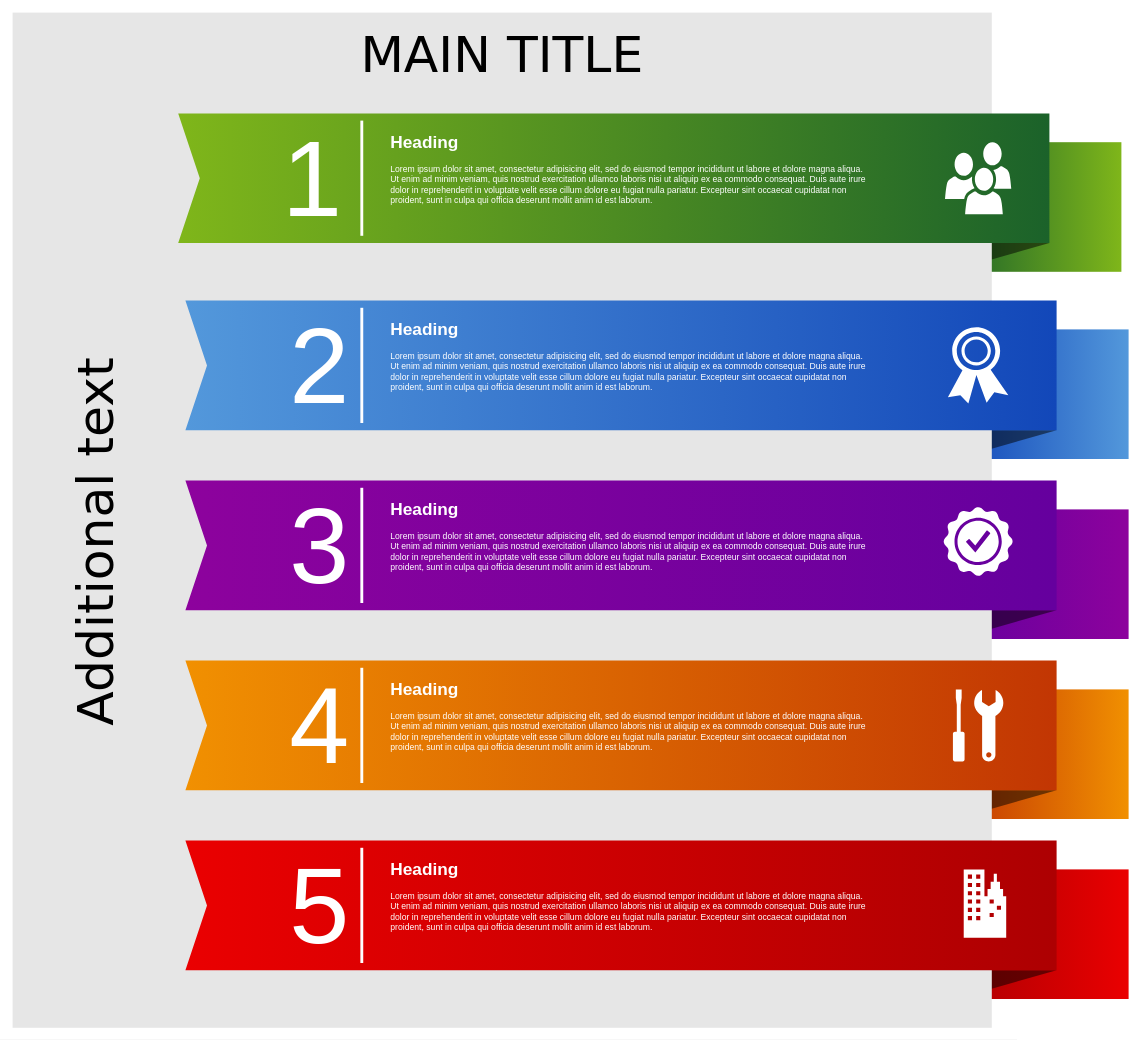
Above: Untitled Diagram.drawio in epasten/epasten (draw.io), before the change. Source tidied: cells renumbered, new cells numbered last; positions are measured from the earlier drawing's top-left corner, leaving out a move shared by most shapes. Both pictures are drawn from the tidied source at 72%, with x=0, y=0 at pixel (12, 12).
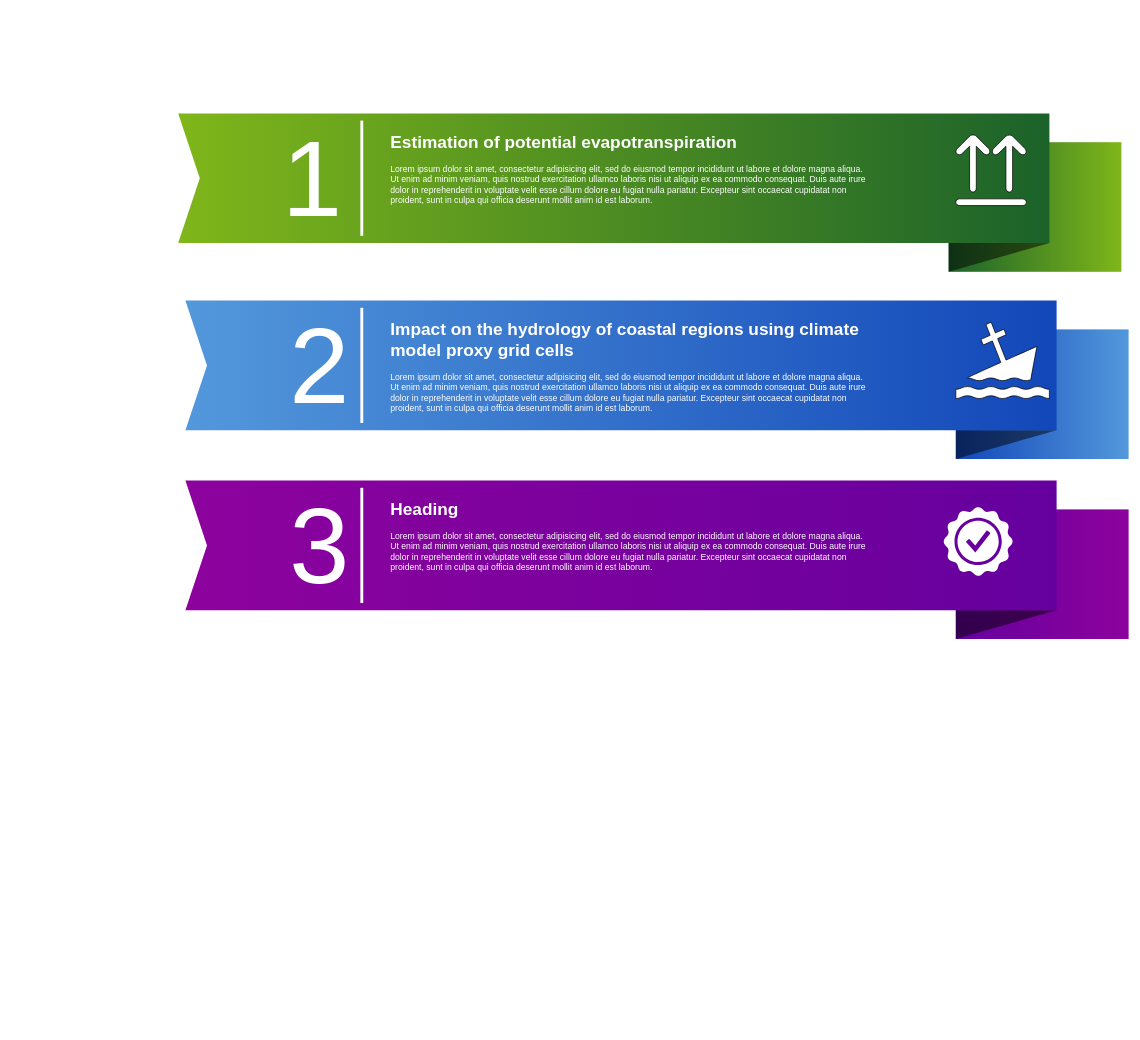
After the change.

What changed in the source:
```diff
@@
-    <mxCell id="8" style="whiteSpace=wrap;html=1;rounded=0;shadow=0;dashed=0;strokeWidth=1;fontFamily=Tahoma;fontSize=10;fontColor=#FFFFFF;strokeColor=none;fillColor=#F19001;gradientColor=#C23603;gradientDirection=west;" parent="1" vertex="1">
-      <mxGeometry x="1310" y="940" width="240" height="180" as="geometry" />
-    </mxCell>
-    <mxCell id="9" style="verticalLabelPosition=bottom;verticalAlign=top;html=1;strokeWidth=1;shape=mxgraph.basic.orthogonal_triangle;rounded=0;shadow=0;dashed=0;fontFamily=Tahoma;fontSize=10;fontColor=#FFFFFF;flipV=1;fillColor=#000000;strokeColor=none;opacity=50;" parent="1" vertex="1">
-      <mxGeometry x="1310" y="1080" width="140" height="40" as="geometry" />
-    </mxCell>
-    <mxCell id="10" style="whiteSpace=wrap;html=1;rounded=0;shadow=0;dashed=0;strokeWidth=1;fontFamily=Tahoma;fontSize=10;fontColor=#FFFFFF;strokeColor=none;fillColor=#EA0001;gradientColor=#AD0002;gradientDirection=west;" parent="1" vertex="1">
-      <mxGeometry x="1310" y="1190" width="240" height="180" as="geometry" />
-    </mxCell>
-    <mxCell id="11" style="verticalLabelPosition=bottom;verticalAlign=top;html=1;strokeWidth=1;shape=mxgraph.basic.orthogonal_triangle;rounded=0;shadow=0;dashed=0;fontFamily=Tahoma;fontSize=10;fontColor=#FFFFFF;flipV=1;fillColor=#000000;strokeColor=none;opacity=50;" parent="1" vertex="1">
-      <mxGeometry x="1310" y="1330" width="140" height="40" as="geometry" />
-    </mxCell>
-    <mxCell id="12" value="MAIN TITLE" style="whiteSpace=wrap;html=1;rounded=0;shadow=0;dashed=0;strokeWidth=1;fillColor=#E6E6E6;fontFamily=Verdana;fontSize=70;strokeColor=none;verticalAlign=top;spacingTop=10;" parent="1" vertex="1">
-      <mxGeometry width="1360" height="1410" as="geometry" />
-    </mxCell>
@@
-    <mxCell id="16" style="html=1;shadow=0;dashed=0;align=center;verticalAlign=middle;shape=mxgraph.arrows2.arrow;dy=0;dx=0;notch=30;rounded=0;strokeColor=none;strokeWidth=1;fillColor=#F19001;fontFamily=Tahoma;fontSize=10;fontColor=#FFFFFF;gradientColor=#C23603;gradientDirection=east;" parent="1" vertex="1">
-      <mxGeometry x="240" y="900" width="1210" height="180" as="geometry" />
-    </mxCell>
-    <mxCell id="17" style="html=1;shadow=0;dashed=0;align=center;verticalAlign=middle;shape=mxgraph.arrows2.arrow;dy=0;dx=0;notch=30;rounded=0;strokeColor=none;strokeWidth=1;fillColor=#EA0001;fontFamily=Tahoma;fontSize=10;fontColor=#FFFFFF;gradientColor=#AD0002;gradientDirection=east;" parent="1" vertex="1">
-      <mxGeometry x="240" y="1150" width="1210" height="180" as="geometry" />
-    </mxCell>
-    <mxCell id="18" value="Additional text" style="text;html=1;strokeColor=none;fillColor=none;align=center;verticalAlign=middle;whiteSpace=wrap;rounded=0;shadow=0;dashed=0;fontFamily=Verdana;fontSize=70;horizontal=0;" parent="1" vertex="1">
-      <mxGeometry x="50" y="140" width="130" height="1190" as="geometry" />
-    </mxCell>
@@
-    <mxCell id="22" value="4" style="text;html=1;strokeColor=none;fillColor=none;align=right;verticalAlign=middle;whiteSpace=wrap;rounded=0;shadow=0;dashed=0;fontFamily=Helvetica;fontSize=150;fontColor=#FFFFFF;" parent="1" vertex="1">
-      <mxGeometry x="270" y="900" width="200" height="180" as="geometry" />
-    </mxCell>
-    <mxCell id="23" value="5" style="text;html=1;strokeColor=none;fillColor=none;align=right;verticalAlign=middle;whiteSpace=wrap;rounded=0;shadow=0;dashed=0;fontFamily=Helvetica;fontSize=150;fontColor=#FFFFFF;" parent="1" vertex="1">
-      <mxGeometry x="270" y="1150" width="200" height="180" as="geometry" />
-    </mxCell>
@@
-    <mxCell id="27" style="line;strokeWidth=4;direction=south;html=1;rounded=0;shadow=0;dashed=0;fillColor=none;gradientColor=#AD0002;fontFamily=Helvetica;fontSize=150;fontColor=#FFFFFF;align=right;strokeColor=#FFFFFF;" parent="1" vertex="1">
-      <mxGeometry x="480" y="910" width="10" height="160" as="geometry" />
-    </mxCell>
-    <mxCell id="28" style="line;strokeWidth=4;direction=south;html=1;rounded=0;shadow=0;dashed=0;fillColor=none;gradientColor=#AD0002;fontFamily=Helvetica;fontSize=150;fontColor=#FFFFFF;align=right;strokeColor=#FFFFFF;" parent="1" vertex="1">
-      <mxGeometry x="480" y="1160" width="10" height="160" as="geometry" />
-    </mxCell>
-    <mxCell id="29" value="&lt;h1&gt;Heading&lt;/h1&gt;&lt;p&gt;L&lt;span&gt;orem ipsum dolor sit amet, consectetur adipisicing elit, sed do eiusmod tempor incididunt ut labore et dolore magna aliqua. Ut enim ad minim veniam, quis nostrud exercitation ullamco laboris nisi ut aliquip ex ea commodo consequat. Duis aute irure dolor in reprehenderit in voluptate velit esse cillum dolore eu fugiat nulla pariatur. Excepteur sint occaecat cupidatat non proident, sunt in culpa qui officia deserunt mollit anim id est laborum.&lt;/span&gt;&lt;/p&gt;" style="text;html=1;strokeColor=none;fillColor=none;spacing=5;spacingTop=-20;whiteSpace=wrap;overflow=hidden;rounded=0;shadow=0;dashed=0;fontFamily=Helvetica;fontSize=12;fontColor=#FFFFFF;align=left;" parent="1" vertex="1">
+    <mxCell id="29" value="&lt;h1&gt;Estimation of potential evapotranspiration&lt;/h1&gt;&lt;p&gt;L&lt;span&gt;orem ipsum dolor sit amet, consectetur adipisicing elit, sed do eiusmod tempor incididunt ut labore et dolore magna aliqua. Ut enim ad minim veniam, quis nostrud exercitation ullamco laboris nisi ut aliquip ex ea commodo consequat. Duis aute irure dolor in reprehenderit in voluptate velit esse cillum dolore eu fugiat nulla pariatur. Excepteur sint occaecat cupidatat non proident, sunt in culpa qui officia deserunt mollit anim id est laborum.&lt;/span&gt;&lt;/p&gt;" style="text;html=1;strokeColor=none;fillColor=none;spacing=5;spacingTop=-20;whiteSpace=wrap;overflow=hidden;rounded=0;shadow=0;dashed=0;fontFamily=Helvetica;fontSize=12;fontColor=#FFFFFF;align=left;" parent="1" vertex="1">
       <mxGeometry x="520" y="160" width="670" height="140" as="geometry" />
     </mxCell>
-    <mxCell id="30" value="&lt;h1&gt;Heading&lt;/h1&gt;&lt;p&gt;L&lt;span&gt;orem ipsum dolor sit amet, consectetur adipisicing elit, sed do eiusmod tempor incididunt ut labore et dolore magna aliqua. Ut enim ad minim veniam, quis nostrud exercitation ullamco laboris nisi ut aliquip ex ea commodo consequat. Duis aute irure dolor in reprehenderit in voluptate velit esse cillum dolore eu fugiat nulla pariatur. Excepteur sint occaecat cupidatat non proident, sunt in culpa qui officia deserunt mollit anim id est laborum.&lt;/span&gt;&lt;/p&gt;" style="text;html=1;strokeColor=none;fillColor=none;spacing=5;spacingTop=-20;whiteSpace=wrap;overflow=hidden;rounded=0;shadow=0;dashed=0;fontFamily=Helvetica;fontSize=12;fontColor=#FFFFFF;align=left;" parent="1" vertex="1">
+    <mxCell id="30" value="&lt;h1&gt;Impact on the hydrology of coastal regions using climate model proxy grid cells&lt;/h1&gt;&lt;p&gt;L&lt;span&gt;orem ipsum dolor sit amet, consectetur adipisicing elit, sed do eiusmod tempor incididunt ut labore et dolore magna aliqua. Ut enim ad minim veniam, quis nostrud exercitation ullamco laboris nisi ut aliquip ex ea commodo consequat. Duis aute irure dolor in reprehenderit in voluptate velit esse cillum dolore eu fugiat nulla pariatur. Excepteur sint occaecat cupidatat non proident, sunt in culpa qui officia deserunt mollit anim id est laborum.&lt;/span&gt;&lt;/p&gt;" style="text;html=1;strokeColor=none;fillColor=none;spacing=5;spacingTop=-20;whiteSpace=wrap;overflow=hidden;rounded=0;shadow=0;dashed=0;fontFamily=Helvetica;fontSize=12;fontColor=#FFFFFF;align=left;" parent="1" vertex="1">
       <mxGeometry x="520" y="420" width="670" height="140" as="geometry" />
     </mxCell>
@@
-    <mxCell id="32" value="&lt;h1&gt;Heading&lt;/h1&gt;&lt;p&gt;L&lt;span&gt;orem ipsum dolor sit amet, consectetur adipisicing elit, sed do eiusmod tempor incididunt ut labore et dolore magna aliqua. Ut enim ad minim veniam, quis nostrud exercitation ullamco laboris nisi ut aliquip ex ea commodo consequat. Duis aute irure dolor in reprehenderit in voluptate velit esse cillum dolore eu fugiat nulla pariatur. Excepteur sint occaecat cupidatat non proident, sunt in culpa qui officia deserunt mollit anim id est laborum.&lt;/span&gt;&lt;/p&gt;" style="text;html=1;strokeColor=none;fillColor=none;spacing=5;spacingTop=-20;whiteSpace=wrap;overflow=hidden;rounded=0;shadow=0;dashed=0;fontFamily=Helvetica;fontSize=12;fontColor=#FFFFFF;align=left;" parent="1" vertex="1">
-      <mxGeometry x="520" y="920" width="670" height="140" as="geometry" />
-    </mxCell>
-    <mxCell id="33" value="&lt;h1&gt;Heading&lt;/h1&gt;&lt;p&gt;L&lt;span&gt;orem ipsum dolor sit amet, consectetur adipisicing elit, sed do eiusmod tempor incididunt ut labore et dolore magna aliqua. Ut enim ad minim veniam, quis nostrud exercitation ullamco laboris nisi ut aliquip ex ea commodo consequat. Duis aute irure dolor in reprehenderit in voluptate velit esse cillum dolore eu fugiat nulla pariatur. Excepteur sint occaecat cupidatat non proident, sunt in culpa qui officia deserunt mollit anim id est laborum.&lt;/span&gt;&lt;/p&gt;" style="text;html=1;strokeColor=none;fillColor=none;spacing=5;spacingTop=-20;whiteSpace=wrap;overflow=hidden;rounded=0;shadow=0;dashed=0;fontFamily=Helvetica;fontSize=12;fontColor=#FFFFFF;align=left;" parent="1" vertex="1">
-      <mxGeometry x="520" y="1170" width="670" height="140" as="geometry" />
-    </mxCell>
-    <mxCell id="34" style="shadow=0;dashed=0;html=1;strokeColor=none;fillColor=#FFFFFF;labelPosition=center;verticalLabelPosition=bottom;verticalAlign=top;shape=mxgraph.office.users.users;rounded=0;fontFamily=Helvetica;fontSize=12;fontColor=#FFFFFF;align=left;" parent="1" vertex="1">
-      <mxGeometry x="1295" y="180" width="92" height="100" as="geometry" />
-    </mxCell>
-    <mxCell id="35" style="shadow=0;dashed=0;html=1;strokeColor=none;fillColor=#FFFFFF;labelPosition=center;verticalLabelPosition=bottom;verticalAlign=top;shape=mxgraph.office.security.token;rounded=0;fontFamily=Helvetica;fontSize=12;fontColor=#FFFFFF;align=left;" parent="1" vertex="1">
-      <mxGeometry x="1299" y="437" width="84" height="106" as="geometry" />
-    </mxCell>
@@
-    <mxCell id="37" style="shadow=0;dashed=0;html=1;strokeColor=none;fillColor=#FFFFFF;labelPosition=center;verticalLabelPosition=bottom;verticalAlign=top;shape=mxgraph.office.concepts.maintenance;rounded=0;fontFamily=Helvetica;fontSize=12;fontColor=#FFFFFF;align=left;" parent="1" vertex="1">
-      <mxGeometry x="1306" y="940" width="70" height="100" as="geometry" />
-    </mxCell>
-    <mxCell id="38" style="shadow=0;dashed=0;html=1;strokeColor=none;fillColor=#FFFFFF;labelPosition=center;verticalLabelPosition=bottom;verticalAlign=top;shape=mxgraph.office.concepts.on_premises;rounded=0;fontFamily=Helvetica;fontSize=12;fontColor=#FFFFFF;align=left;" parent="1" vertex="1">
-      <mxGeometry x="1321" y="1190" width="59" height="95" as="geometry" />
-    </mxCell>
+    <mxCell id="39" style="shape=mxgraph.signs.safety.store_right_up_2;html=1;verticalLabelPosition=bottom;verticalAlign=top;align=center;sketch=0;fontFamily=Tahoma;fontSize=24;" parent="1" vertex="1">
+      <mxGeometry x="1310" y="170" width="98" height="98" as="geometry" />
+    </mxCell>
+    <mxCell id="40" style="shape=mxgraph.signs.transportation.partially_submerged_wreck;html=1;verticalLabelPosition=bottom;verticalAlign=top;align=center;sketch=0;fontFamily=Tahoma;fontSize=24;" parent="1" vertex="1">
+      <mxGeometry x="1310" y="430" width="130" height="106" as="geometry" />
+    </mxCell>
```
